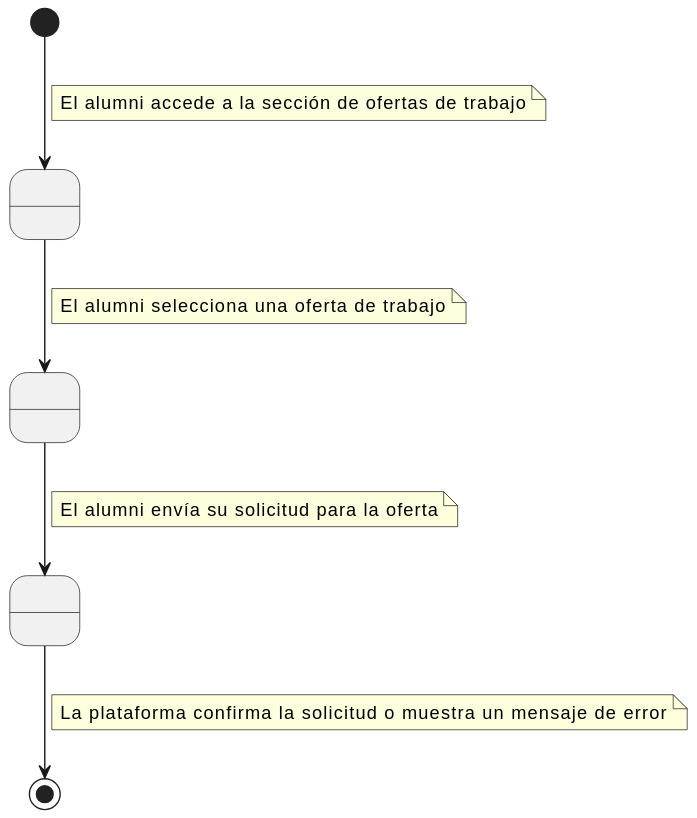
mmasias/24-25-IdSw1-SDR keeps this PlantUML diagram as modelosUML/CasosDeUso/svg/Detallar/postularOferta.svg. Above is the earlier version.
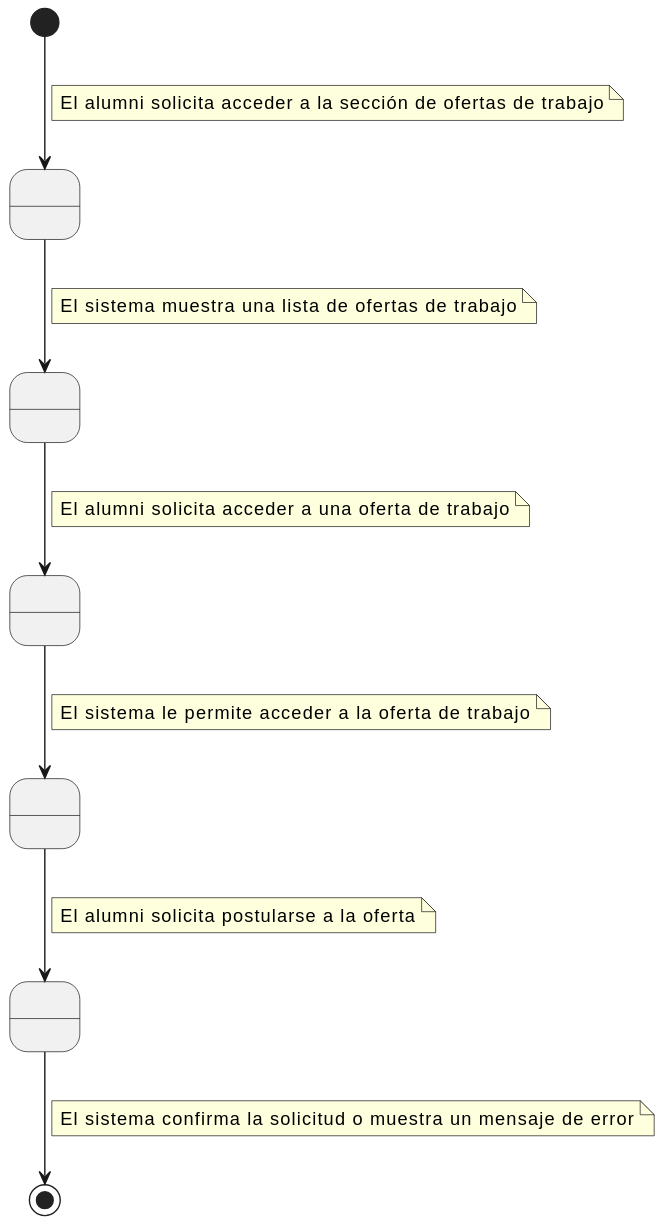
After the change.

What changed in the source:
```diff
@@ -2,21 +2,31 @@
 state " " as Estado1
 state " " as Estado2
 state " " as Estado3
+state " " as Estado4
+state " " as Estado5
 
 [*] --> Estado1
     note on link
-        El alumni accede a la sección de ofertas de trabajo
+        El alumni solicita acceder a la sección de ofertas de trabajo
     end note
 Estado1 --> Estado2
     note on link
-        El alumni selecciona una oferta de trabajo
+        El sistema muestra una lista de ofertas de trabajo
     end note
 Estado2 --> Estado3
     note on link
-        El alumni envía su solicitud para la oferta
+        El alumni solicita acceder a una oferta de trabajo
     end note
-Estado3 --> [*]
+Estado3 --> Estado4
     note on link
-        La plataforma confirma la solicitud o muestra un mensaje de error
+        El sistema le permite acceder a la oferta de trabajo
+    end note
+Estado4 --> Estado5
+    note on link
+        El alumni solicita postularse a la oferta
+    end note
+Estado5 --> [*]
+    note on link
+        El sistema confirma la solicitud o muestra un mensaje de error
     end note
 @enduml
```
